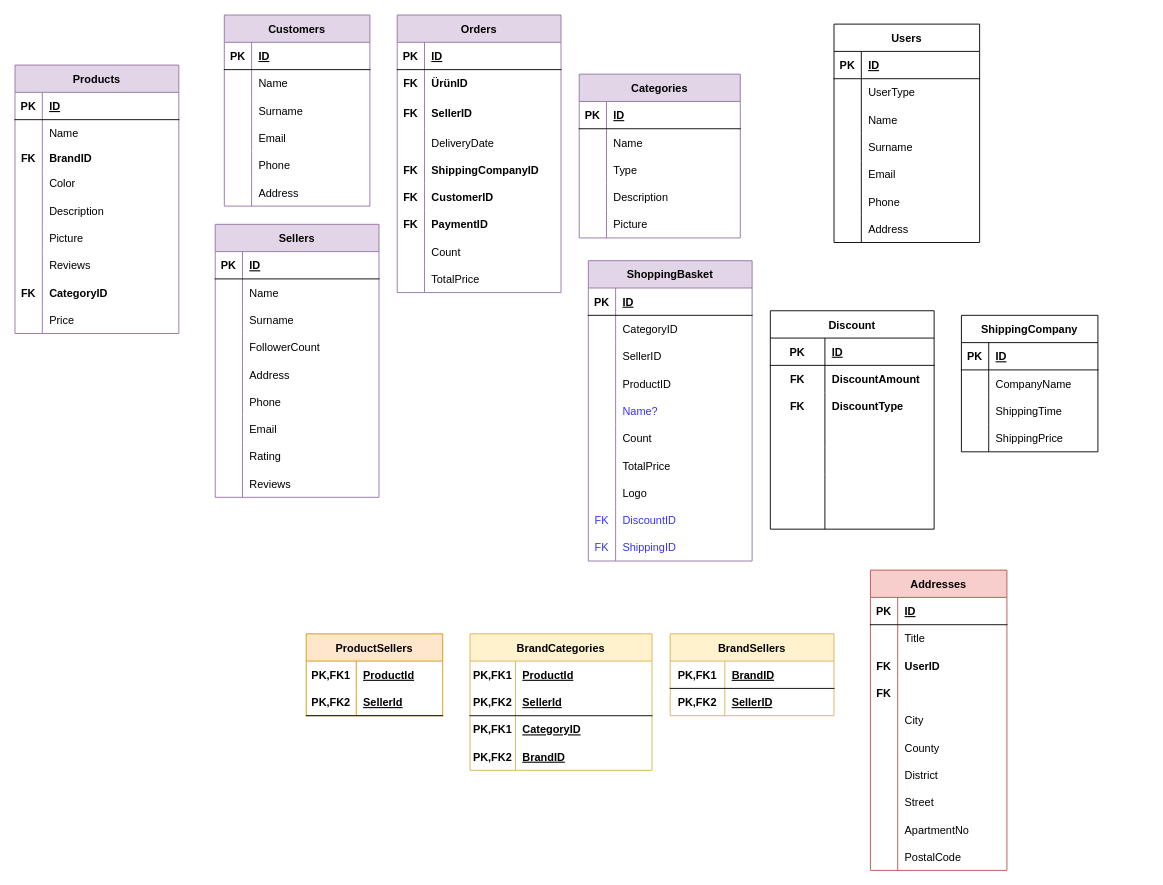
Above: Son.drawio in HandeYetisen/Python (draw.io), before the change. Source tidied: cells renumbered, new cells numbered last; positions are measured from the earlier drawing's top-left corner, leaving out a move shared by most shapes. Both pictures are drawn from the tidied source at 91%, with x=0, y=0 at pixel (15, 15).
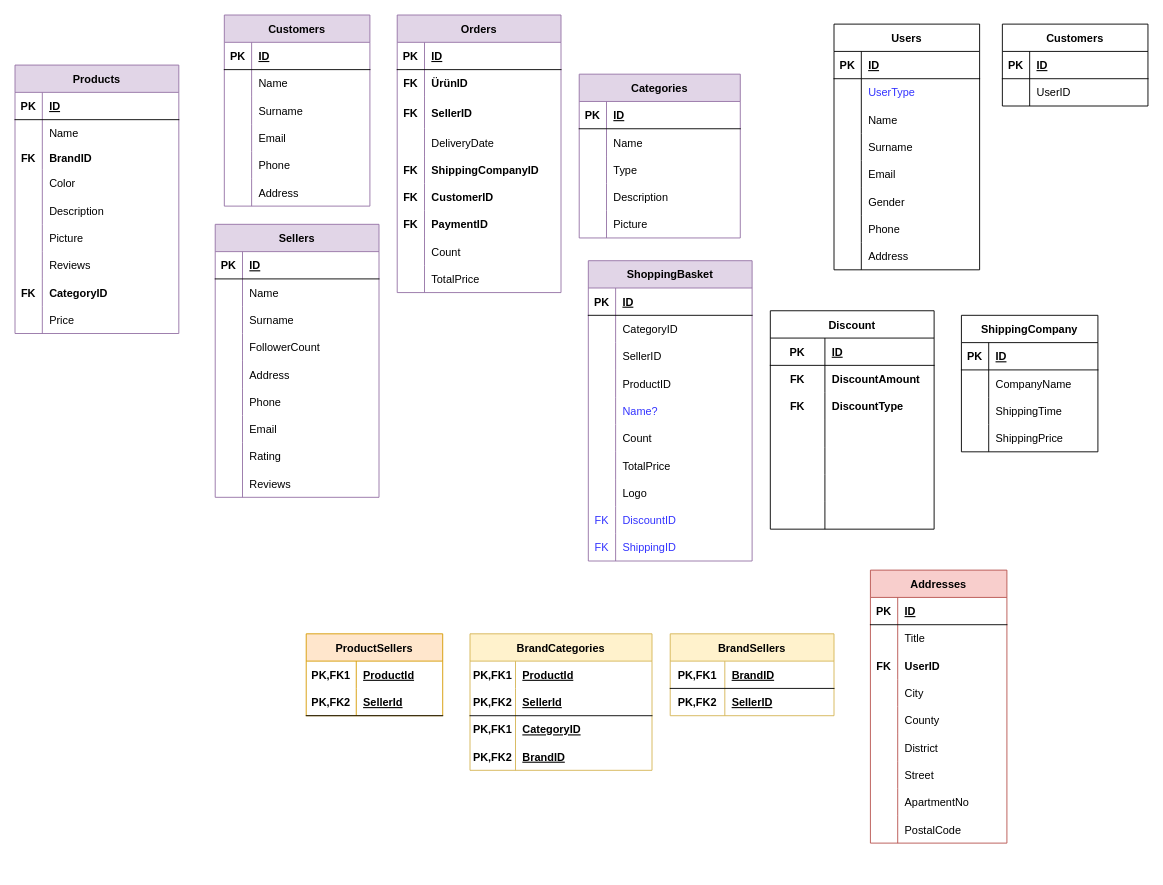
Above is the later version.

Unchanged cells that the change refers to:
```xml
<mxCell id="199" style="shape=tableRow;horizontal=0;startSize=0;swimlaneHead=0;swimlaneBody=0;fillColor=none;top=0;left=0;right=0;bottom=0;" parent="195" vertex="1">
  <mxGeometry y="60" width="160" height="30" as="geometry" />
</mxCell>
<mxCell id="211" style="shape=tableRow;horizontal=0;startSize=0;swimlaneHead=0;swimlaneBody=0;fillColor=none;top=0;left=0;right=0;bottom=0;" parent="195" vertex="1">
  <mxGeometry y="180" width="160" height="30" as="geometry" />
</mxCell>
<mxCell id="214" style="shape=tableRow;horizontal=0;startSize=0;swimlaneHead=0;swimlaneBody=0;fillColor=none;top=0;left=0;right=0;bottom=0;" parent="195" vertex="1">
  <mxGeometry y="210" width="160" height="30" as="geometry" />
</mxCell>
```

The edit, as a diff of the source:
```diff
@@
     <mxCell id="65" value="Addresses" style="shape=table;startSize=30;childLayout=tableLayout;rowLines=0;fontStyle=1;align=center;fillColor=#f8cecc;strokeColor=#b85450;" parent="1" vertex="1">
-      <mxGeometry x="940" y="610" width="150" height="330" as="geometry" />
+      <mxGeometry x="940" y="610" width="150" height="300" as="geometry" />
     </mxCell>
@@
-    <mxCell id="75" style="shape=tableRow;horizontal=0;startSize=0;swimlaneHead=0;swimlaneBody=0;fillColor=none;points=[[0,0.5],[1,0.5]];portConstraint=eastwest;top=0;left=0;right=0;bottom=0;" parent="65" vertex="1">
-      <mxGeometry y="120" width="150" height="30" as="geometry" />
-    </mxCell>
-    <mxCell id="76" value="FK" style="shape=partialRectangle;fillColor=none;top=0;left=0;bottom=0;right=0;overflow=hidden;fontStyle=1;" parent="75" vertex="1">
-      <mxGeometry width="30" height="30" as="geometry" />
-    </mxCell>
-    <mxCell id="77" style="shape=partialRectangle;fillColor=none;top=0;left=0;bottom=0;right=0;align=left;spacingLeft=6;overflow=hidden;" parent="75" vertex="1">
-      <mxGeometry x="30" width="120" height="30" as="geometry" />
-    </mxCell>
     <mxCell id="78" style="shape=tableRow;horizontal=0;startSize=0;swimlaneHead=0;swimlaneBody=0;fillColor=none;top=0;left=0;right=0;bottom=0;" parent="65" vertex="1">
-      <mxGeometry y="150" width="150" height="30" as="geometry" />
+      <mxGeometry y="120" width="150" height="30" as="geometry" />
     </mxCell>
@@
     <mxCell id="81" style="shape=tableRow;horizontal=0;startSize=0;swimlaneHead=0;swimlaneBody=0;fillColor=none;top=0;left=0;right=0;bottom=0;" parent="65" vertex="1">
-      <mxGeometry y="180" width="150" height="30" as="geometry" />
+      <mxGeometry y="150" width="150" height="30" as="geometry" />
     </mxCell>
@@
     <mxCell id="84" style="shape=tableRow;horizontal=0;startSize=0;swimlaneHead=0;swimlaneBody=0;fillColor=none;top=0;left=0;right=0;bottom=0;" parent="65" vertex="1">
-      <mxGeometry y="210" width="150" height="30" as="geometry" />
+      <mxGeometry y="180" width="150" height="30" as="geometry" />
     </mxCell>
@@
     <mxCell id="87" style="shape=tableRow;horizontal=0;startSize=0;swimlaneHead=0;swimlaneBody=0;fillColor=none;top=0;left=0;right=0;bottom=0;" parent="65" vertex="1">
-      <mxGeometry y="240" width="150" height="30" as="geometry" />
+      <mxGeometry y="210" width="150" height="30" as="geometry" />
     </mxCell>
@@
     <mxCell id="90" style="shape=tableRow;horizontal=0;startSize=0;swimlaneHead=0;swimlaneBody=0;fillColor=none;top=0;left=0;right=0;bottom=0;" parent="65" vertex="1">
-      <mxGeometry y="270" width="150" height="30" as="geometry" />
+      <mxGeometry y="240" width="150" height="30" as="geometry" />
     </mxCell>
@@
-    <mxCell id="93" style="edgeStyle=orthogonalEdgeStyle;rounded=0;orthogonalLoop=1;jettySize=auto;html=1;exitX=1;exitY=0.5;exitDx=0;exitDy=0;" parent="65" edge="1" source="75" target="75">
-      <mxGeometry relative="1" as="geometry" />
+    <mxCell id="93" style="edgeStyle=orthogonalEdgeStyle;rounded=0;orthogonalLoop=1;jettySize=auto;html=1;exitX=1;exitY=0.5;exitDx=0;exitDy=0;" parent="65" edge="1">
+      <mxGeometry relative="1" as="geometry">
+        <mxPoint x="150" y="135" as="sourcePoint" />
+        <mxPoint x="150" y="135" as="targetPoint" />
+      </mxGeometry>
     </mxCell>
     <mxCell id="94" style="shape=tableRow;horizontal=0;startSize=0;swimlaneHead=0;swimlaneBody=0;fillColor=none;top=0;left=0;right=0;bottom=0;" parent="65" vertex="1">
-      <mxGeometry y="300" width="150" height="30" as="geometry" />
+      <mxGeometry y="270" width="150" height="30" as="geometry" />
     </mxCell>
@@
     <mxCell id="195" value="Users" style="shape=table;startSize=30;childLayout=tableLayout;rowLines=0;fontStyle=1;align=center;" parent="1" vertex="1">
-      <mxGeometry x="900" y="10" width="160" height="240" as="geometry" />
+      <mxGeometry x="900" y="10" width="160" height="270" as="geometry" />
     </mxCell>
@@
-    <mxCell id="201" value="UserType" style="shape=partialRectangle;fillColor=none;top=0;left=0;bottom=0;right=0;align=left;spacingLeft=6;overflow=hidden;" parent="199" vertex="1">
+    <mxCell id="201" value="UserType" style="shape=partialRectangle;fillColor=none;top=0;left=0;bottom=0;right=0;align=left;spacingLeft=6;overflow=hidden;fontColor=#3333FF;" parent="199" vertex="1">
       <mxGeometry x="30" width="130" height="30" as="geometry" />
     </mxCell>
@@
-    <mxCell id="213" value="Phone" style="shape=partialRectangle;fillColor=none;top=0;left=0;bottom=0;right=0;align=left;spacingLeft=6;overflow=hidden;" parent="211" vertex="1">
+    <mxCell id="213" value="Gender" style="shape=partialRectangle;fillColor=none;top=0;left=0;bottom=0;right=0;align=left;spacingLeft=6;overflow=hidden;" parent="211" vertex="1">
       <mxGeometry x="30" width="130" height="30" as="geometry" />
     </mxCell>
@@
-    <mxCell id="216" value="Address" style="shape=partialRectangle;fillColor=none;top=0;left=0;bottom=0;right=0;align=left;spacingLeft=6;overflow=hidden;" parent="214" vertex="1">
+    <mxCell id="216" value="Phone" style="shape=partialRectangle;fillColor=none;top=0;left=0;bottom=0;right=0;align=left;spacingLeft=6;overflow=hidden;" parent="214" vertex="1">
       <mxGeometry x="30" width="130" height="30" as="geometry" />
     </mxCell>
+    <mxCell id="268" style="shape=tableRow;horizontal=0;startSize=0;swimlaneHead=0;swimlaneBody=0;fillColor=none;top=0;left=0;right=0;bottom=0;" parent="195" vertex="1">
+      <mxGeometry y="240" width="160" height="30" as="geometry" />
+    </mxCell>
+    <mxCell id="269" style="shape=partialRectangle;fillColor=none;top=0;left=0;bottom=0;right=0;overflow=hidden;" parent="268" vertex="1">
+      <mxGeometry width="30" height="30" as="geometry" />
+    </mxCell>
+    <mxCell id="270" value="Address" style="shape=partialRectangle;fillColor=none;top=0;left=0;bottom=0;right=0;align=left;spacingLeft=6;overflow=hidden;" parent="268" vertex="1">
+      <mxGeometry x="30" width="130" height="30" as="geometry" />
+    </mxCell>
@@
+    <mxCell id="271" value="Customers" style="shape=table;startSize=30;childLayout=tableLayout;rowLines=0;fontStyle=1;align=center;" parent="1" vertex="1">
+      <mxGeometry x="1085" y="10" width="160" height="90" as="geometry" />
+    </mxCell>
+    <mxCell id="272" style="shape=tableRow;horizontal=0;startSize=0;swimlaneHead=0;swimlaneBody=0;fillColor=none;top=0;left=0;right=0;bottom=1;" parent="271" vertex="1">
+      <mxGeometry y="30" width="160" height="30" as="geometry" />
+    </mxCell>
+    <mxCell id="273" value="PK" style="shape=partialRectangle;fillColor=none;top=0;left=0;bottom=0;right=0;fontStyle=1;overflow=hidden;" parent="272" vertex="1">
+      <mxGeometry width="30" height="30" as="geometry" />
+    </mxCell>
+    <mxCell id="274" value="ID" style="shape=partialRectangle;fillColor=none;top=0;left=0;bottom=0;right=0;align=left;spacingLeft=6;fontStyle=5;overflow=hidden;" parent="272" vertex="1">
+      <mxGeometry x="30" width="130" height="30" as="geometry" />
+    </mxCell>
+    <mxCell id="275" style="shape=tableRow;horizontal=0;startSize=0;swimlaneHead=0;swimlaneBody=0;fillColor=none;top=0;left=0;right=0;bottom=0;" parent="271" vertex="1">
+      <mxGeometry y="60" width="160" height="30" as="geometry" />
+    </mxCell>
+    <mxCell id="276" style="shape=partialRectangle;fillColor=none;top=0;left=0;bottom=0;right=0;overflow=hidden;" parent="275" vertex="1">
+      <mxGeometry width="30" height="30" as="geometry" />
+    </mxCell>
+    <mxCell id="277" value="UserID" style="shape=partialRectangle;fillColor=none;top=0;left=0;bottom=0;right=0;align=left;spacingLeft=6;overflow=hidden;" parent="275" vertex="1">
+      <mxGeometry x="30" width="130" height="30" as="geometry" />
+    </mxCell>
```
